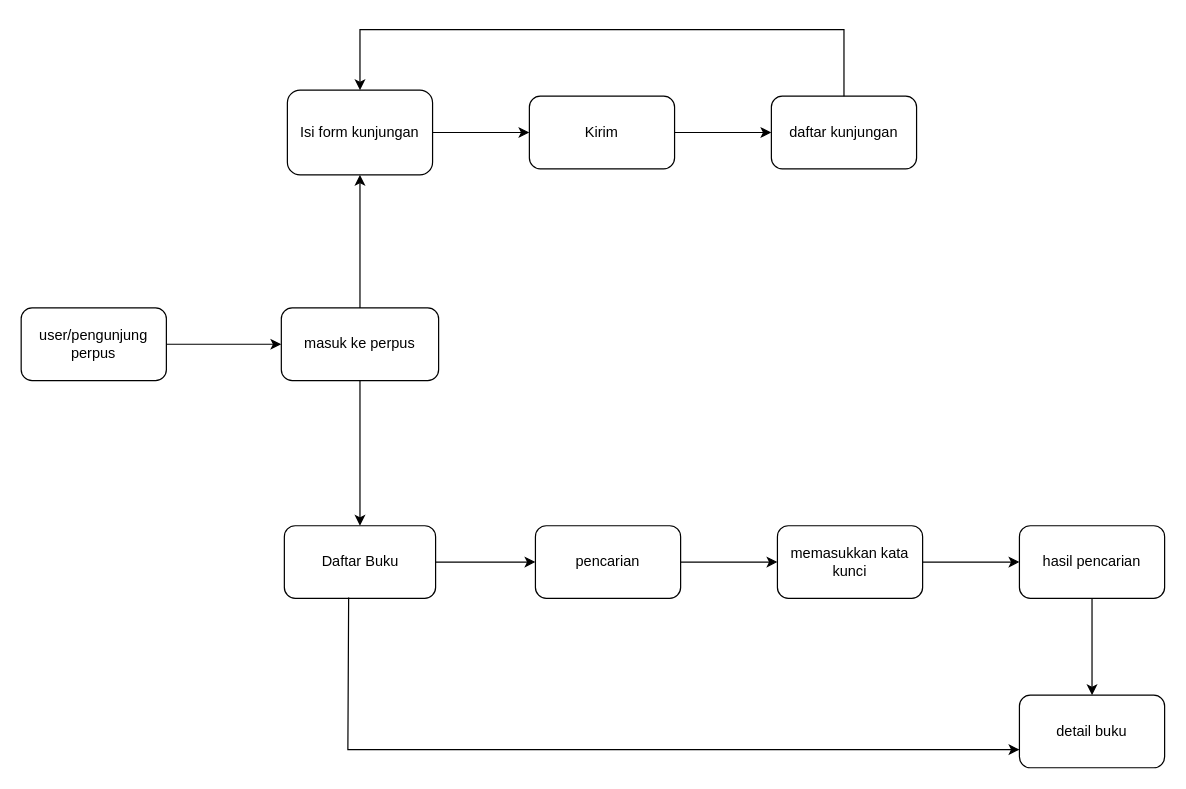
Above: Alur Perpus Digital.drawio in sofwatuljmilah/tefa-perpusdigital (draw.io), before the change. Source tidied: cells renumbered, new cells numbered last; positions are measured from the earlier drawing's top-left corner, leaving out a move shared by most shapes. Both pictures are drawn from the tidied source at 121%, with x=0, y=0 at pixel (21, 29).
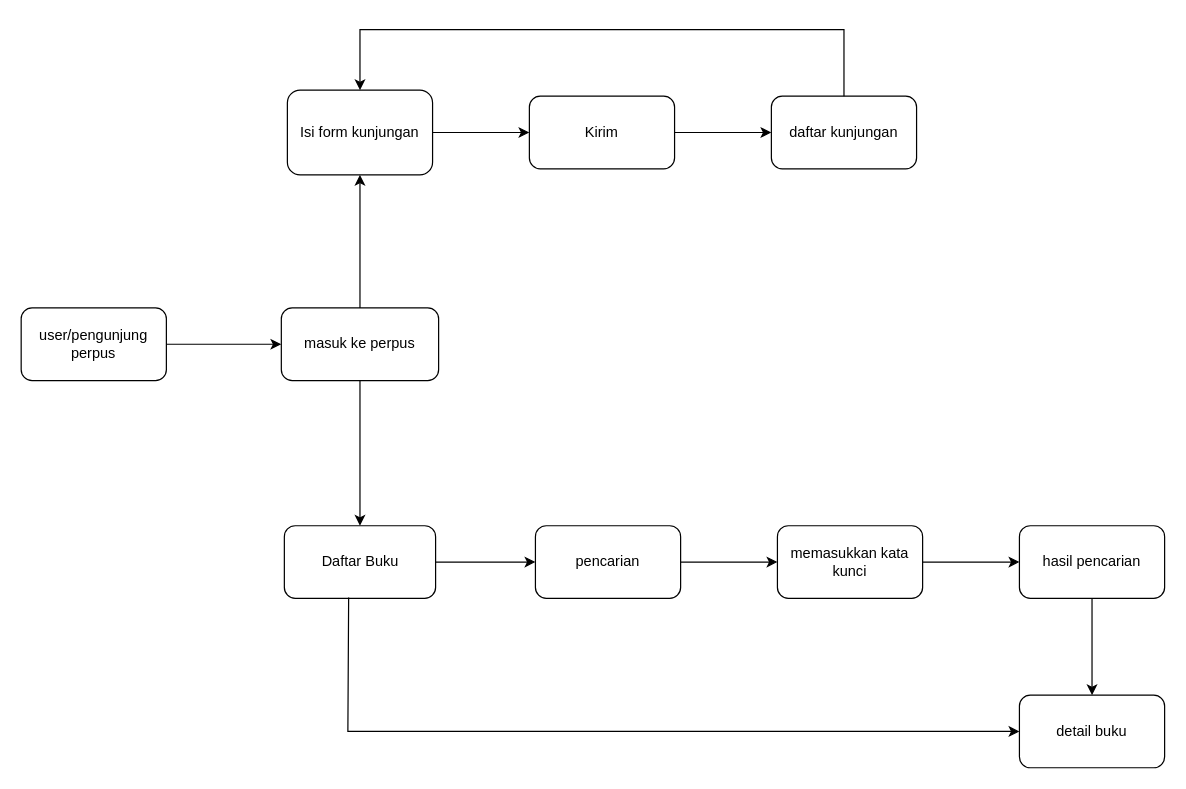
The same diagram, later.

The change refers to these unchanged cells:
```xml
<mxCell id="10" value="Daftar Buku" style="rounded=1;whiteSpace=wrap;html=1;" parent="1" vertex="1">
  <mxGeometry x="217.5" y="410" width="125" height="60" as="geometry" />
</mxCell>
<mxCell id="20" value="detail buku" style="whiteSpace=wrap;html=1;rounded=1;" parent="1" vertex="1">
  <mxGeometry x="825" y="550" width="120" height="60" as="geometry" />
</mxCell>
```

What changed in the source:
```diff
@@
-    <mxCell id="22" style="endArrow=classic;html=1;rounded=0;exitX=0.425;exitY=0.988;exitDx=0;exitDy=0;entryX=0;entryY=0.75;entryDx=0;entryDy=0;exitPerimeter=0;" parent="1" edge="1" source="10" target="20">
+    <mxCell id="22" style="endArrow=classic;html=1;rounded=0;exitX=0.425;exitY=0.988;exitDx=0;exitDy=0;entryX=0;entryY=0.5;entryDx=0;entryDy=0;exitPerimeter=0;" parent="1" edge="1" source="10" target="20">
       <mxGeometry relative="1" as="geometry">
         <Array as="points">
-          <mxPoint x="270" y="595" />
+          <mxPoint x="270" y="580" />
         </Array>
       </mxGeometry>
     </mxCell>
```
